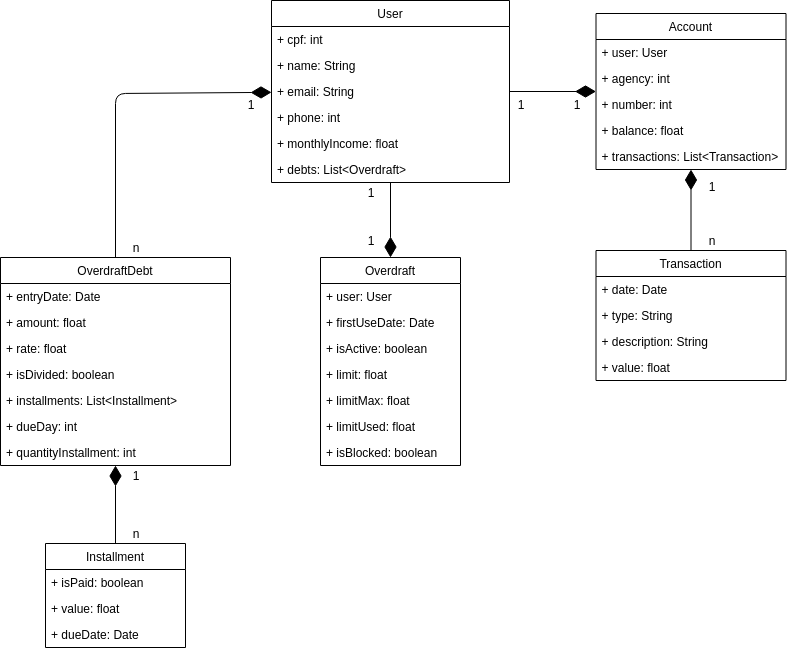
Above: images/classes_diagram.png in fga-eps-mds/2019.2-Over26 (draw.io), before the change. Source tidied: cells renumbered, new cells last; positions are measured from the earlier drawing's top-left corner, leaving out a move shared by most shapes.
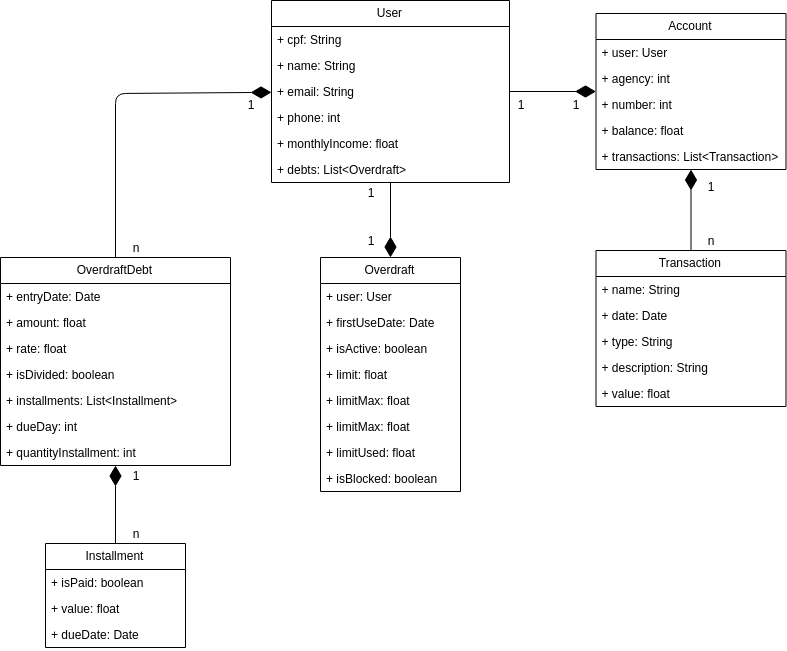
Above is the later version.

Diff of the diagram source:
```diff
@@ -5,7 +5,7 @@
     <mxCell id="2" value="User" style="swimlane;fontStyle=0;horizontal=1;startSize=26;fillColor=none;" parent="1" vertex="1">
       <mxGeometry x="271" width="238" height="182" as="geometry" />
     </mxCell>
-    <mxCell id="3" value="+ cpf: int" style="text;strokeColor=none;fillColor=none;align=left;verticalAlign=top;spacingLeft=4;spacingRight=4;overflow=hidden;" parent="2" vertex="1">
+    <mxCell id="3" value="+ cpf: String" style="text;strokeColor=none;fillColor=none;align=left;verticalAlign=top;spacingLeft=4;spacingRight=4;overflow=hidden;" parent="2" vertex="1">
       <mxGeometry y="26" width="238" height="26" as="geometry" />
     </mxCell>
     <mxCell id="4" value="+ name: String" style="text;strokeColor=none;fillColor=none;align=left;verticalAlign=top;spacingLeft=4;spacingRight=4;overflow=hidden;" parent="2" vertex="1">
@@ -24,7 +24,7 @@
       <mxGeometry y="156" width="238" height="26" as="geometry" />
     </mxCell>
     <mxCell id="9" value="Overdraft" style="swimlane;fontStyle=0;horizontal=1;startSize=26;fillColor=none;" parent="1" vertex="1">
-      <mxGeometry x="320" y="257" width="140" height="208" as="geometry" />
+      <mxGeometry x="320" y="257" width="140" height="234" as="geometry" />
     </mxCell>
     <mxCell id="10" value="+ user: User" style="text;strokeColor=none;fillColor=none;align=left;verticalAlign=top;spacingLeft=4;spacingRight=4;overflow=hidden;" parent="9" vertex="1">
       <mxGeometry y="26" width="140" height="26" as="geometry" />
@@ -38,14 +38,17 @@
     <mxCell id="13" value="+ limit: float" style="text;strokeColor=none;fillColor=none;align=left;verticalAlign=top;spacingLeft=4;spacingRight=4;overflow=hidden;" parent="9" vertex="1">
       <mxGeometry y="104" width="140" height="26" as="geometry" />
     </mxCell>
+    <mxCell id="55" value="+ limitMax: float" style="text;strokeColor=none;fillColor=none;align=left;verticalAlign=top;spacingLeft=4;spacingRight=4;overflow=hidden;" parent="9" vertex="1">
+      <mxGeometry y="130" width="140" height="26" as="geometry" />
+    </mxCell>
     <mxCell id="14" value="+ limitMax: float" style="text;strokeColor=none;fillColor=none;align=left;verticalAlign=top;spacingLeft=4;spacingRight=4;overflow=hidden;" parent="9" vertex="1">
-      <mxGeometry y="130" width="140" height="26" as="geometry" />
+      <mxGeometry y="156" width="140" height="26" as="geometry" />
     </mxCell>
     <mxCell id="15" value="+ limitUsed: float" style="text;strokeColor=none;fillColor=none;align=left;verticalAlign=top;spacingLeft=4;spacingRight=4;overflow=hidden;" parent="9" vertex="1">
-      <mxGeometry y="156" width="140" height="26" as="geometry" />
+      <mxGeometry y="182" width="140" height="26" as="geometry" />
     </mxCell>
     <mxCell id="16" value="+ isBlocked: boolean" style="text;strokeColor=none;fillColor=none;align=left;verticalAlign=top;spacingLeft=4;spacingRight=4;overflow=hidden;" parent="9" vertex="1">
-      <mxGeometry y="182" width="140" height="26" as="geometry" />
+      <mxGeometry y="208" width="140" height="26" as="geometry" />
     </mxCell>
     <mxCell id="17" value="Account" style="swimlane;fontStyle=0;horizontal=1;startSize=26;fillColor=none;" parent="1" vertex="1">
       <mxGeometry x="595.5" y="13" width="190" height="156" as="geometry" />
@@ -90,19 +93,22 @@
       <mxGeometry y="182" width="230" height="26" as="geometry" />
     </mxCell>
     <mxCell id="31" value="Transaction" style="swimlane;fontStyle=0;horizontal=1;startSize=26;fillColor=none;" parent="1" vertex="1">
-      <mxGeometry x="595.5" y="250" width="190" height="130" as="geometry" />
+      <mxGeometry x="595.5" y="250" width="190" height="156" as="geometry" />
     </mxCell>
+    <mxCell id="56" value="+ name: String" style="text;strokeColor=none;fillColor=none;align=left;verticalAlign=top;spacingLeft=4;spacingRight=4;overflow=hidden;" parent="31" vertex="1">
+      <mxGeometry y="26" width="190" height="26" as="geometry" />
+    </mxCell>
     <mxCell id="32" value="+ date: Date" style="text;strokeColor=none;fillColor=none;align=left;verticalAlign=top;spacingLeft=4;spacingRight=4;overflow=hidden;" parent="31" vertex="1">
-      <mxGeometry y="26" width="190" height="26" as="geometry" />
+      <mxGeometry y="52" width="190" height="26" as="geometry" />
     </mxCell>
     <mxCell id="33" value="+ type: String" style="text;strokeColor=none;fillColor=none;align=left;verticalAlign=top;spacingLeft=4;spacingRight=4;overflow=hidden;" parent="31" vertex="1">
-      <mxGeometry y="52" width="190" height="26" as="geometry" />
+      <mxGeometry y="78" width="190" height="26" as="geometry" />
     </mxCell>
     <mxCell id="34" value="+ description: String" style="text;strokeColor=none;fillColor=none;align=left;verticalAlign=top;spacingLeft=4;spacingRight=4;overflow=hidden;" parent="31" vertex="1">
-      <mxGeometry y="78" width="190" height="26" as="geometry" />
+      <mxGeometry y="104" width="190" height="26" as="geometry" />
     </mxCell>
     <mxCell id="35" value="+ value: float" style="text;strokeColor=none;fillColor=none;align=left;verticalAlign=top;spacingLeft=4;spacingRight=4;overflow=hidden;" parent="31" vertex="1">
-      <mxGeometry y="104" width="190" height="26" as="geometry" />
+      <mxGeometry y="130" width="190" height="26" as="geometry" />
     </mxCell>
     <mxCell id="36" style="endArrow=diamondThin;endFill=1;endSize=18;html=1;strokeWidth=1;exitX=0.5;exitY=0;exitDx=0;exitDy=0;" parent="1" edge="1" source="31" target="17">
       <mxGeometry relative="1" as="geometry" />
```
